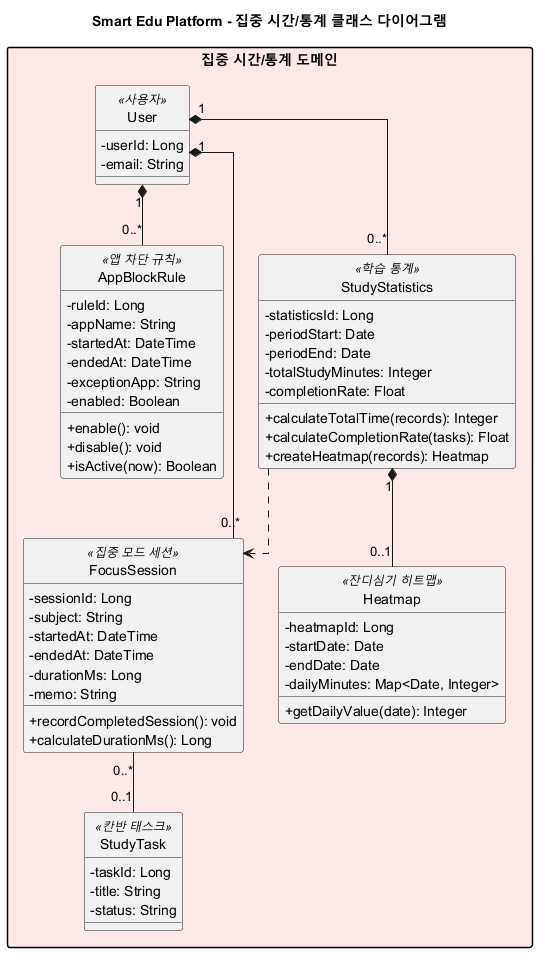
This is screenshots/class-diagram/class-diagram-focus-statistics.png from jeongiryang/SoftwareEngineering_team15_project_-Smart-Edu-Platform, a PlantUML export, as it was before one commit. Its diagram source:
```plantuml
@startuml class-diagram-focus-statistics
title Smart Edu Platform - 집중 시간/통계 클래스 다이어그램

skinparam classAttributeIconSize 0
skinparam shadowing false
skinparam linetype ortho
skinparam packageStyle rectangle
hide circle

package "집중 시간/통계 도메인" #FBE9E7 {
  class User <<사용자>> {
    - userId: Long
    - email: String
  }

  class StudyTask <<칸반 태스크>> {
    - taskId: Long
    - title: String
    - status: String
  }

  class FocusSession <<집중 모드 세션>> {
    - sessionId: Long
    - subject: String
    - startedAt: DateTime
    - endedAt: DateTime
    - durationMs: Long
    - memo: String
    + recordCompletedSession(): void
    + calculateDurationMs(): Long
  }

  class AppBlockRule <<앱 차단 규칙>> {
    - ruleId: Long
    - appName: String
    - startedAt: DateTime
    - endedAt: DateTime
    - exceptionApp: String
    - enabled: Boolean
    + enable(): void
    + disable(): void
    + isActive(now): Boolean
  }

  class StudyStatistics <<학습 통계>> {
    - statisticsId: Long
    - periodStart: Date
    - periodEnd: Date
    - totalStudyMinutes: Integer
    - completionRate: Float
    + calculateTotalTime(records): Integer
    + calculateCompletionRate(tasks): Float
    + createHeatmap(records): Heatmap
  }

  class Heatmap <<잔디심기 히트맵>> {
    - heatmapId: Long
    - startDate: Date
    - endDate: Date
    - dailyMinutes: Map<Date, Integer>
    + getDailyValue(date): Integer
  }
}

User "1" *-- "0..*" FocusSession
User "1" *-- "0..*" AppBlockRule
User "1" *-- "0..*" StudyStatistics
FocusSession "0..*" -- "0..1" StudyTask
StudyStatistics ..> FocusSession
StudyStatistics "1" *-- "0..1" Heatmap
@enduml
```
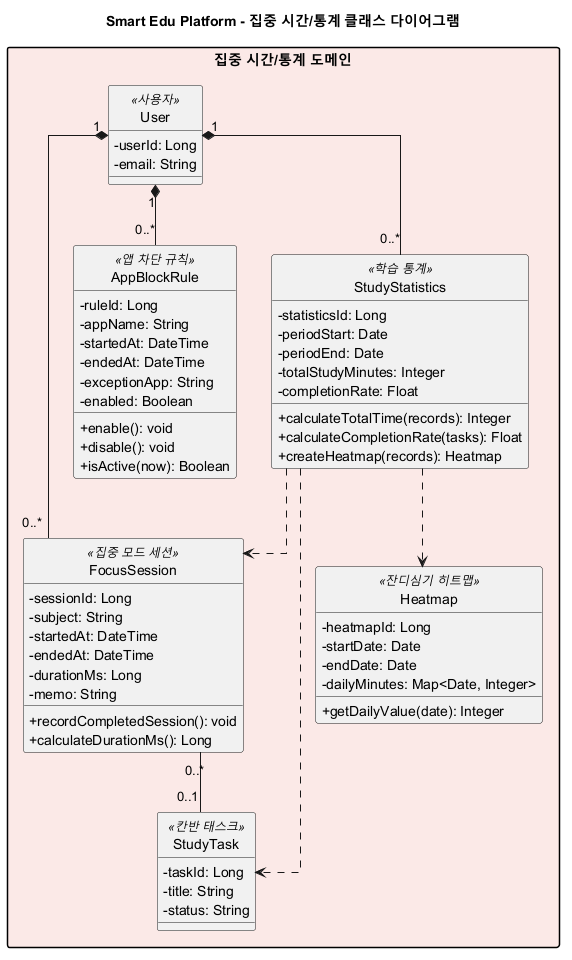
The same diagram one commit later.

What changed in the source:
```diff
@@ -67,5 +67,6 @@
 User "1" *-- "0..*" StudyStatistics
 FocusSession "0..*" -- "0..1" StudyTask
 StudyStatistics ..> FocusSession
-StudyStatistics "1" *-- "0..1" Heatmap
+StudyStatistics ..> StudyTask
+StudyStatistics ..> Heatmap
 @enduml
```
